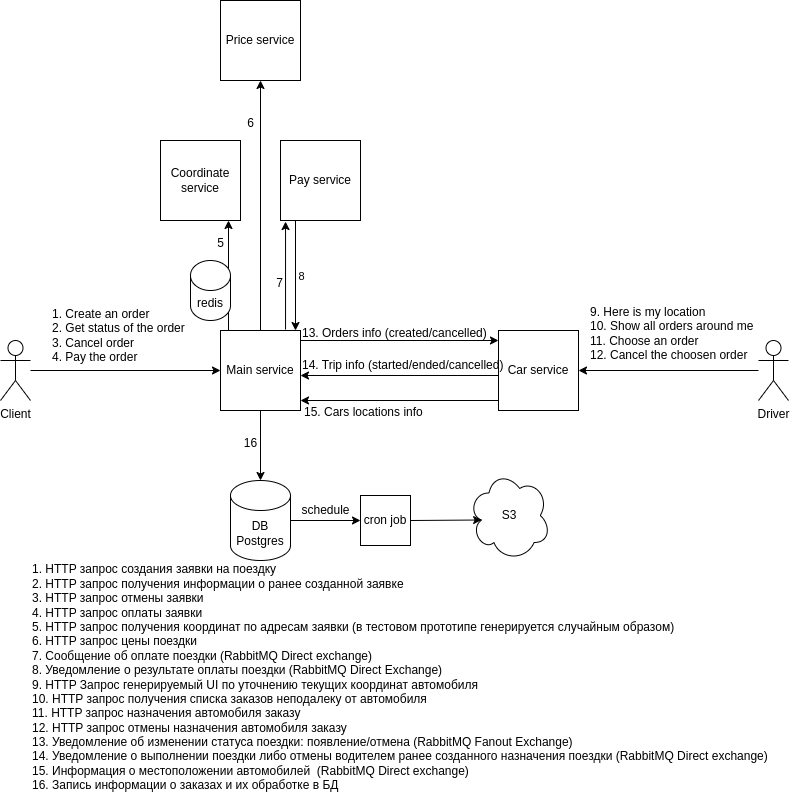
Before: Architecture.drawio.png, a diagram exported from draw.io (slava-polushin/python_advanced_1). Source tidied: cells renumbered, new cells last; positions are measured from the earlier drawing's top-left corner, leaving out a move shared by most shapes.
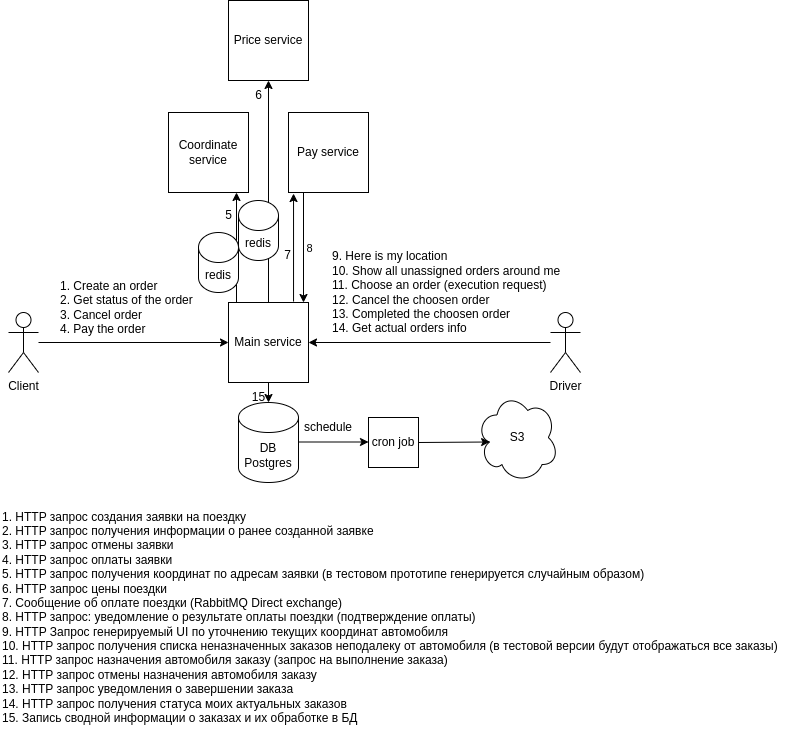
Above is the later version.

The edit, as a diff of the source:
```diff
@@ -3,39 +3,38 @@
     <mxCell id="0" />
     <mxCell id="1" parent="0" />
     <mxCell id="2" value="Main service" style="whiteSpace=wrap;html=1;" parent="1" vertex="1">
-      <mxGeometry x="220" y="330" width="80" height="80" as="geometry" />
+      <mxGeometry x="220" y="320" width="80" height="80" as="geometry" />
     </mxCell>
-    <mxCell id="3" value="Car service" style="whiteSpace=wrap;html=1;" parent="1" vertex="1">
-      <mxGeometry x="498" y="330" width="80" height="80" as="geometry" />
-    </mxCell>
     <mxCell id="4" style="edgeStyle=orthogonalEdgeStyle;rounded=0;jettySize=auto;html=1;entryX=0;entryY=0.5;entryDx=0;entryDy=0;" parent="1" edge="1" source="5" target="2">
       <mxGeometry relative="1" as="geometry" />
     </mxCell>
     <mxCell id="5" value="Client" style="shape=umlActor;verticalLabelPosition=bottom;verticalAlign=top;html=1;outlineConnect=0;" parent="1" vertex="1">
-      <mxGeometry y="340" width="30" height="60" as="geometry" />
+      <mxGeometry y="330" width="30" height="60" as="geometry" />
     </mxCell>
     <mxCell id="6" value="Coordinate service" style="whiteSpace=wrap;html=1;" parent="1" vertex="1">
-      <mxGeometry x="160" y="140" width="80" height="80" as="geometry" />
+      <mxGeometry x="160" y="130" width="80" height="80" as="geometry" />
     </mxCell>
     <mxCell id="7" value="Price service" style="whiteSpace=wrap;html=1;" parent="1" vertex="1">
-      <mxGeometry x="220" width="80" height="80" as="geometry" />
+      <mxGeometry x="220" y="18" width="80" height="80" as="geometry" />
     </mxCell>
     <mxCell id="8" value="Driver" style="shape=umlActor;verticalLabelPosition=bottom;verticalAlign=top;html=1;outlineConnect=0;" parent="1" vertex="1">
-      <mxGeometry x="758" y="340" width="30" height="60" as="geometry" />
+      <mxGeometry x="542" y="330" width="30" height="60" as="geometry" />
     </mxCell>
-    <mxCell id="9" style="endArrow=classic;html=1;rounded=0;entryX=1;entryY=0.5;entryDx=0;entryDy=0;" parent="1" edge="1" source="8" target="3">
-      <mxGeometry relative="1" as="geometry" />
+    <mxCell id="9" style="endArrow=classic;html=1;rounded=0;entryX=1;entryY=0.5;entryDx=0;entryDy=0;" parent="1" edge="1" source="8">
+      <mxGeometry relative="1" as="geometry">
+        <mxPoint x="300" y="360" as="targetPoint" />
+      </mxGeometry>
     </mxCell>
     <mxCell id="10" value="1. Create an order&lt;div&gt;2. Get status of the order&lt;/div&gt;&lt;div&gt;3. Cancel order&lt;/div&gt;&lt;div&gt;4. Pay the order&lt;/div&gt;" style="text;html=1;align=left;verticalAlign=middle;strokeColor=none;fillColor=none;" parent="1" vertex="1">
-      <mxGeometry x="50" y="300" width="160" height="70" as="geometry" />
+      <mxGeometry x="50" y="290" width="160" height="70" as="geometry" />
     </mxCell>
     <mxCell id="11" value="Pay service" style="whiteSpace=wrap;html=1;" parent="1" vertex="1">
-      <mxGeometry x="280" y="140" width="80" height="80" as="geometry" />
+      <mxGeometry x="280" y="130" width="80" height="80" as="geometry" />
     </mxCell>
     <mxCell id="12" style="endArrow=classic;html=1;rounded=0;entryX=0.75;entryY=1;entryDx=0;entryDy=0;exitX=0;exitY=0;exitDx=0;exitDy=0;" parent="1" edge="1">
       <mxGeometry relative="1" as="geometry">
-        <mxPoint x="228" y="330" as="sourcePoint" />
-        <mxPoint x="228" y="220" as="targetPoint" />
+        <mxPoint x="228" y="320" as="sourcePoint" />
+        <mxPoint x="228" y="210" as="targetPoint" />
       </mxGeometry>
     </mxCell>
     <mxCell id="13" style="endArrow=classic;html=1;rounded=0;entryX=0.5;entryY=1;entryDx=0;entryDy=0;exitX=0.5;exitY=0;exitDx=0;exitDy=0;" parent="1" edge="1" source="2" target="7">
@@ -43,87 +42,66 @@
     </mxCell>
     <mxCell id="14" style="endArrow=classic;html=1;rounded=0;entryX=0.138;entryY=1.013;entryDx=0;entryDy=0;entryPerimeter=0;exitX=0.888;exitY=-0.012;exitDx=0;exitDy=0;exitPerimeter=0;" parent="1" edge="1">
       <mxGeometry relative="1" as="geometry">
-        <mxPoint x="285" y="329" as="sourcePoint" />
-        <mxPoint x="285" y="221" as="targetPoint" />
+        <mxPoint x="285" y="319" as="sourcePoint" />
+        <mxPoint x="285" y="211" as="targetPoint" />
       </mxGeometry>
     </mxCell>
     <mxCell id="15" style="endArrow=classic;html=1;rounded=0;exitX=0.25;exitY=1;exitDx=0;exitDy=0;entryX=1;entryY=0;entryDx=0;entryDy=0;" parent="1" edge="1">
       <mxGeometry relative="1" as="geometry">
-        <mxPoint x="295" y="220" as="sourcePoint" />
-        <mxPoint x="295" y="330" as="targetPoint" />
+        <mxPoint x="295" y="210" as="sourcePoint" />
+        <mxPoint x="295" y="320" as="targetPoint" />
       </mxGeometry>
     </mxCell>
     <mxCell id="16" value="8" style="edgeLabel;html=1;align=center;verticalAlign=middle;" parent="15" vertex="1">
       <mxGeometry y="5" relative="1" as="geometry" />
     </mxCell>
     <mxCell id="17" value="redis" style="shape=cylinder3;whiteSpace=wrap;html=1;boundedLbl=1;backgroundOutline=1;size=15;" parent="1" vertex="1">
-      <mxGeometry x="190" y="260" width="40" height="60" as="geometry" />
+      <mxGeometry x="190" y="250" width="40" height="60" as="geometry" />
     </mxCell>
-    <mxCell id="18" value="9. Here is my location&lt;div&gt;10. Show all orders around me&lt;/div&gt;&lt;div&gt;11. Choose an order&lt;/div&gt;&lt;div&gt;12. Cancel the choosen order&lt;/div&gt;" style="text;html=1;align=left;verticalAlign=middle;strokeColor=none;fillColor=none;" parent="1" vertex="1">
-      <mxGeometry x="588" y="298" width="190" height="70" as="geometry" />
+    <mxCell id="18" value="9. Here is my location&lt;div&gt;10. Show all unassigned orders around me&lt;/div&gt;&lt;div&gt;&lt;span style=&quot;background-color: initial;&quot;&gt;11. Choose an order (execution request)&lt;/span&gt;&lt;br&gt;&lt;/div&gt;&lt;div&gt;12. Cancel the choosen order&lt;/div&gt;&lt;div&gt;13. Completed the choosen order&lt;/div&gt;&lt;div&gt;14. Get actual orders info&lt;/div&gt;" style="text;html=1;align=left;verticalAlign=middle;strokeColor=none;fillColor=none;" parent="1" vertex="1">
+      <mxGeometry x="322" y="260" width="250" height="100" as="geometry" />
     </mxCell>
     <mxCell id="19" value="5" style="text;html=1;align=center;verticalAlign=middle;strokeColor=none;fillColor=none;" parent="1" vertex="1">
-      <mxGeometry x="205" y="228" width="30" height="30" as="geometry" />
+      <mxGeometry x="205" y="218" width="30" height="30" as="geometry" />
     </mxCell>
     <mxCell id="20" value="6" style="text;html=1;align=center;verticalAlign=middle;strokeColor=none;fillColor=none;" parent="1" vertex="1">
-      <mxGeometry x="235" y="108" width="30" height="30" as="geometry" />
+      <mxGeometry x="235" y="98" width="30" height="30" as="geometry" />
     </mxCell>
     <mxCell id="21" value="7" style="text;html=1;align=center;verticalAlign=middle;strokeColor=none;fillColor=none;" parent="1" vertex="1">
-      <mxGeometry x="264" y="268" width="30" height="30" as="geometry" />
+      <mxGeometry x="264" y="258" width="30" height="30" as="geometry" />
     </mxCell>
-    <mxCell id="22" style="endArrow=classic;html=1;rounded=0;entryX=0;entryY=0.5;entryDx=0;entryDy=0;exitX=1;exitY=0.5;exitDx=0;exitDy=0;" parent="1" edge="1">
-      <mxGeometry relative="1" as="geometry">
-        <mxPoint x="300" y="340" as="sourcePoint" />
-        <mxPoint x="498" y="340" as="targetPoint" />
-      </mxGeometry>
-    </mxCell>
-    <mxCell id="23" value="13. Orders info (created/cancelled)" style="text;html=1;align=left;verticalAlign=middle;strokeColor=none;fillColor=none;" parent="1" vertex="1">
-      <mxGeometry x="300" y="318" width="210" height="30" as="geometry" />
-    </mxCell>
-    <mxCell id="24" style="endArrow=classic;html=1;rounded=0;exitX=0;exitY=0.75;exitDx=0;exitDy=0;entryX=1;entryY=0.75;entryDx=0;entryDy=0;" parent="1" edge="1">
-      <mxGeometry relative="1" as="geometry">
-        <mxPoint x="498" y="375" as="sourcePoint" />
-        <mxPoint x="300" y="375" as="targetPoint" />
-      </mxGeometry>
-    </mxCell>
-    <mxCell id="25" value="14. Trip info (started/ended/cancelled)" style="text;html=1;align=left;verticalAlign=middle;strokeColor=none;fillColor=none;" parent="1" vertex="1">
-      <mxGeometry x="300" y="350" width="220" height="30" as="geometry" />
-    </mxCell>
     <mxCell id="26" value="DB Postgres" style="shape=cylinder3;whiteSpace=wrap;html=1;boundedLbl=1;backgroundOutline=1;size=15;" parent="1" vertex="1">
-      <mxGeometry x="230" y="480" width="60" height="80" as="geometry" />
+      <mxGeometry x="230" y="420" width="60" height="80" as="geometry" />
     </mxCell>
     <mxCell id="27" style="endArrow=classic;html=1;rounded=0;entryX=0.5;entryY=0;entryDx=0;entryDy=0;entryPerimeter=0;exitX=0.5;exitY=1;exitDx=0;exitDy=0;" parent="1" edge="1" source="2" target="26">
       <mxGeometry relative="1" as="geometry" />
     </mxCell>
-    <mxCell id="28" value="16" style="text;html=1;align=center;verticalAlign=middle;strokeColor=none;fillColor=none;" parent="1" vertex="1">
-      <mxGeometry x="230" y="428" width="40" height="30" as="geometry" />
+    <mxCell id="28" value="15" style="text;html=1;align=center;verticalAlign=middle;strokeColor=none;fillColor=none;" parent="1" vertex="1">
+      <mxGeometry x="230" y="400" width="40" height="30" as="geometry" />
     </mxCell>
     <mxCell id="29" value="cron job" style="whiteSpace=wrap;html=1;" parent="1" vertex="1">
-      <mxGeometry x="360" y="495" width="50" height="50" as="geometry" />
+      <mxGeometry x="360" y="435" width="50" height="50" as="geometry" />
     </mxCell>
-    <mxCell id="30" style="endArrow=classic;html=1;rounded=0;entryX=0;entryY=0.5;entryDx=0;entryDy=0;exitX=1;exitY=0.5;exitDx=0;exitDy=0;exitPerimeter=0;" parent="1" edge="1" source="26" target="29">
-      <mxGeometry relative="1" as="geometry" />
+    <mxCell id="30" style="endArrow=classic;html=1;rounded=0;entryX=0;entryY=0.5;entryDx=0;entryDy=0;exitX=1;exitY=0.5;exitDx=0;exitDy=0;exitPerimeter=0;" parent="1" edge="1">
+      <mxGeometry relative="1" as="geometry">
+        <mxPoint x="290" y="459.5" as="sourcePoint" />
+        <mxPoint x="360" y="459.5" as="targetPoint" />
+      </mxGeometry>
     </mxCell>
-    <mxCell id="31" value="schedule" style="text;html=1;align=center;verticalAlign=middle;strokeColor=none;fillColor=none;" parent="1" vertex="1">
-      <mxGeometry x="290" y="495" width="70" height="30" as="geometry" />
-    </mxCell>
     <mxCell id="32" value="S3" style="shape=cloud;whiteSpace=wrap;html=1;" parent="1" vertex="1">
-      <mxGeometry x="468" y="470" width="82" height="90" as="geometry" />
+      <mxGeometry x="468" y="410" width="82" height="90" as="geometry" />
     </mxCell>
     <mxCell id="33" style="endArrow=classic;html=1;rounded=0;exitX=1;exitY=0.5;exitDx=0;exitDy=0;entryX=0.16;entryY=0.55;entryDx=0;entryDy=0;entryPerimeter=0;" parent="1" edge="1" source="29" target="32">
       <mxGeometry relative="1" as="geometry" />
     </mxCell>
-    <mxCell id="34" value="1. HTTP запрос создания заявки на поездку&lt;br&gt;2. HTTP запрос получения информации о ранее созданной заявке&lt;br&gt;3. HTTP запрос отмены заявки&lt;br&gt;4. HTTP запрос оплаты заявки&lt;br&gt;5. HTTP запрос получения координат по адресам заявки (в тестовом прототипе генерируется случайным образом)&lt;br&gt;6. HTTP запрос цены поездки&lt;br&gt;7. Сообщение об оплате поездки (RabbitMQ Direct exchange)&lt;br&gt;8. Уведомление о результате оплаты поездки (RabbitMQ Direct&amp;nbsp;Exchange)&lt;br&gt;9. HTTP Запрос генерируемый UI по уточнению текущих координат автомобиля&lt;br&gt;10. HTTP запрос получения списка заказов неподалеку от автомобиля&lt;br&gt;11. HTTP запрос назначения автомобиля заказу&lt;br&gt;12. HTTP запрос отмены назначения автомобиля заказу&lt;br&gt;13. Уведомление об изменении статуса поездки: появление/отмена (RabbitMQ Fanout Exchange)&lt;br&gt;14. Уведомление о выполнении поездки&amp;nbsp;либо отмены водителем ранее созданного назначения поездки (RabbitMQ Direct exchange)&lt;br&gt;15. Информация о местоположении автомобилей&amp;nbsp;&amp;nbsp;(RabbitMQ Direct exchange)&lt;br&gt;16. Запись информации о заказах и их обработке в БД" style="text;html=1;align=left;verticalAlign=middle;strokeColor=none;fillColor=none;" parent="1" vertex="1">
-      <mxGeometry x="30" y="557" width="760" height="240" as="geometry" />
+    <mxCell id="34" value="1. HTTP запрос создания заявки на поездку&lt;br&gt;2. HTTP запрос получения информации о ранее созданной заявке&lt;br&gt;3. HTTP запрос отмены заявки&lt;br&gt;4. HTTP запрос оплаты заявки&lt;br&gt;5. HTTP запрос получения координат по адресам заявки (в тестовом прототипе генерируется случайным образом)&lt;br&gt;6. HTTP запрос цены поездки&lt;br&gt;7. Сообщение об оплате поездки (RabbitMQ Direct exchange)&lt;br&gt;8. HTTP запрос: уведомление о результате оплаты поездки (подтверждение оплаты)&lt;br&gt;9. HTTP Запрос генерируемый UI по уточнению текущих координат автомобиля&lt;br&gt;10. HTTP запрос получения списка неназначенных заказов неподалеку от автомобиля (в тестовой версии будут отображаться все заказы)&lt;br&gt;&lt;div&gt;11. HTTP запрос назначения автомобиля заказу (запрос на выполнение заказа)&lt;br&gt;12. HTTP запрос отмены назначения автомобиля заказу&lt;/div&gt;&lt;div&gt;13. HTTP запрос уведомления о завершении заказа&lt;br&gt;&lt;div&gt;14.&lt;span style=&quot;background-color: initial;&quot;&gt;&amp;nbsp;&lt;/span&gt;&lt;span style=&quot;background-color: initial;&quot;&gt;HTTP запрос получения статуса моих актуальных заказов&lt;/span&gt;&lt;span style=&quot;background-color: initial;&quot;&gt;&amp;nbsp;&lt;/span&gt;&lt;/div&gt;&lt;div&gt;&lt;span style=&quot;background-color: initial;&quot;&gt;15. Запись сводной информации о заказах и их обработке в БД&lt;/span&gt;&lt;br&gt;&lt;/div&gt;&lt;/div&gt;" style="text;html=1;align=left;verticalAlign=middle;strokeColor=none;fillColor=none;" parent="1" vertex="1">
+      <mxGeometry x="-8" y="520" width="800" height="230" as="geometry" />
     </mxCell>
-    <mxCell id="35" style="endArrow=classic;html=1;entryX=1;entryY=1;entryDx=0;entryDy=0;exitX=0;exitY=1;exitDx=0;exitDy=0;" parent="1" edge="1">
-      <mxGeometry relative="1" as="geometry">
-        <mxPoint x="498" y="400" as="sourcePoint" />
-        <mxPoint x="300" y="400" as="targetPoint" />
-      </mxGeometry>
-    </mxCell>
-    <mxCell id="36" value="15. Cars locations info" style="text;html=1;align=left;verticalAlign=middle;strokeColor=none;fillColor=none;" parent="1" vertex="1">
-      <mxGeometry x="302" y="397" width="140" height="30" as="geometry" />
-    </mxCell>
+    <mxCell id="37" value="redis" style="shape=cylinder3;whiteSpace=wrap;html=1;boundedLbl=1;backgroundOutline=1;size=15;" parent="1" vertex="1">
+      <mxGeometry x="230" y="218" width="40" height="60" as="geometry" />
+    </mxCell>
+    <mxCell id="31" value="schedule" style="text;html=1;align=left;verticalAlign=middle;strokeColor=none;fillColor=none;" parent="1" vertex="1">
+      <mxGeometry x="294" y="430" width="70" height="30" as="geometry" />
+    </mxCell>
   </root>
 </mxGraphModel>
```
